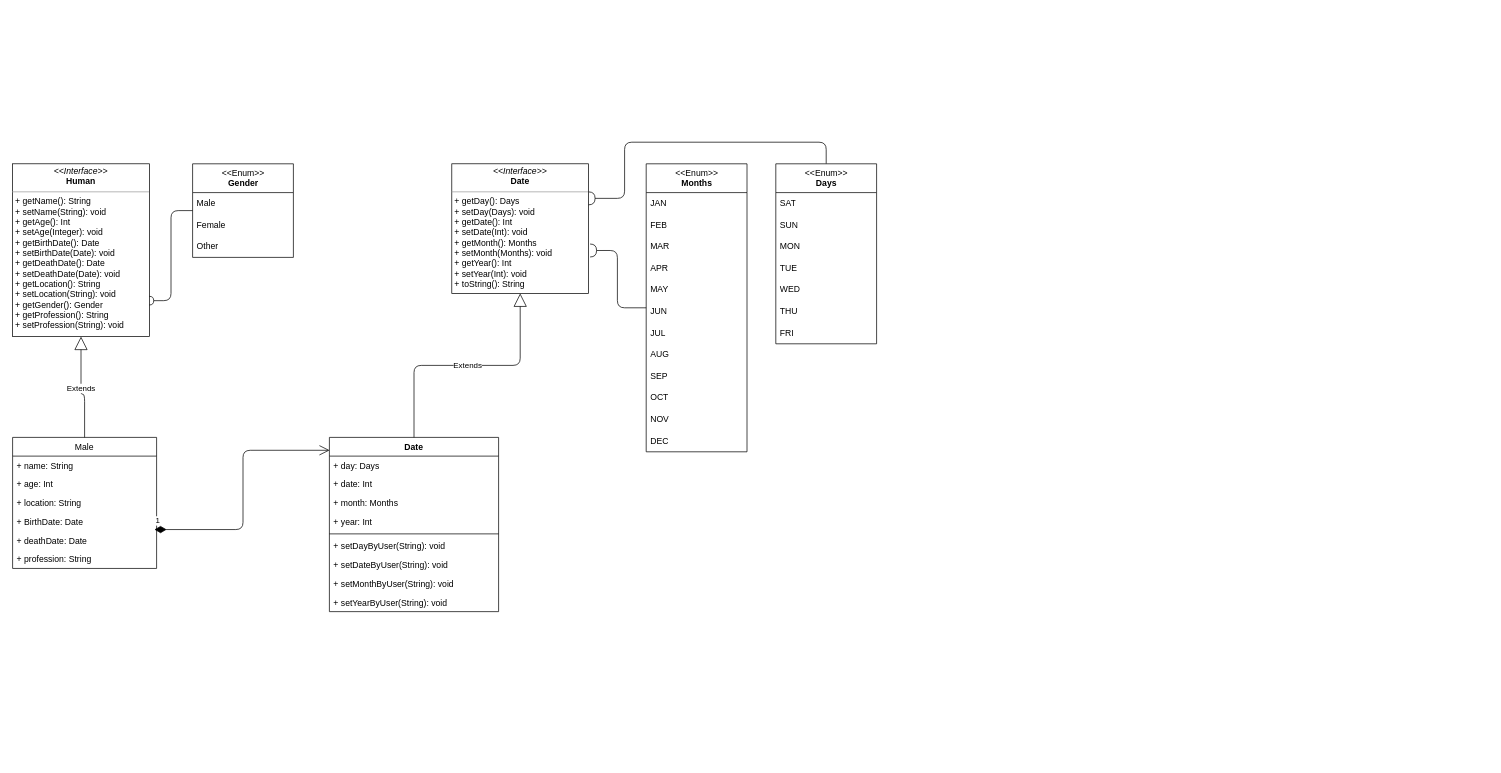
Earlier version of the draw.io diagram UML_Diagram/HR (Human Resource System).drawio (fahimfaisaal/HR-Management_System). Source tidied: cells renumbered, new cells numbered last; positions are measured from the earlier drawing's top-left corner, leaving out a move shared by most shapes. Both pictures are drawn from the tidied source at 72%, with x=0, y=0 at pixel (12, 142).
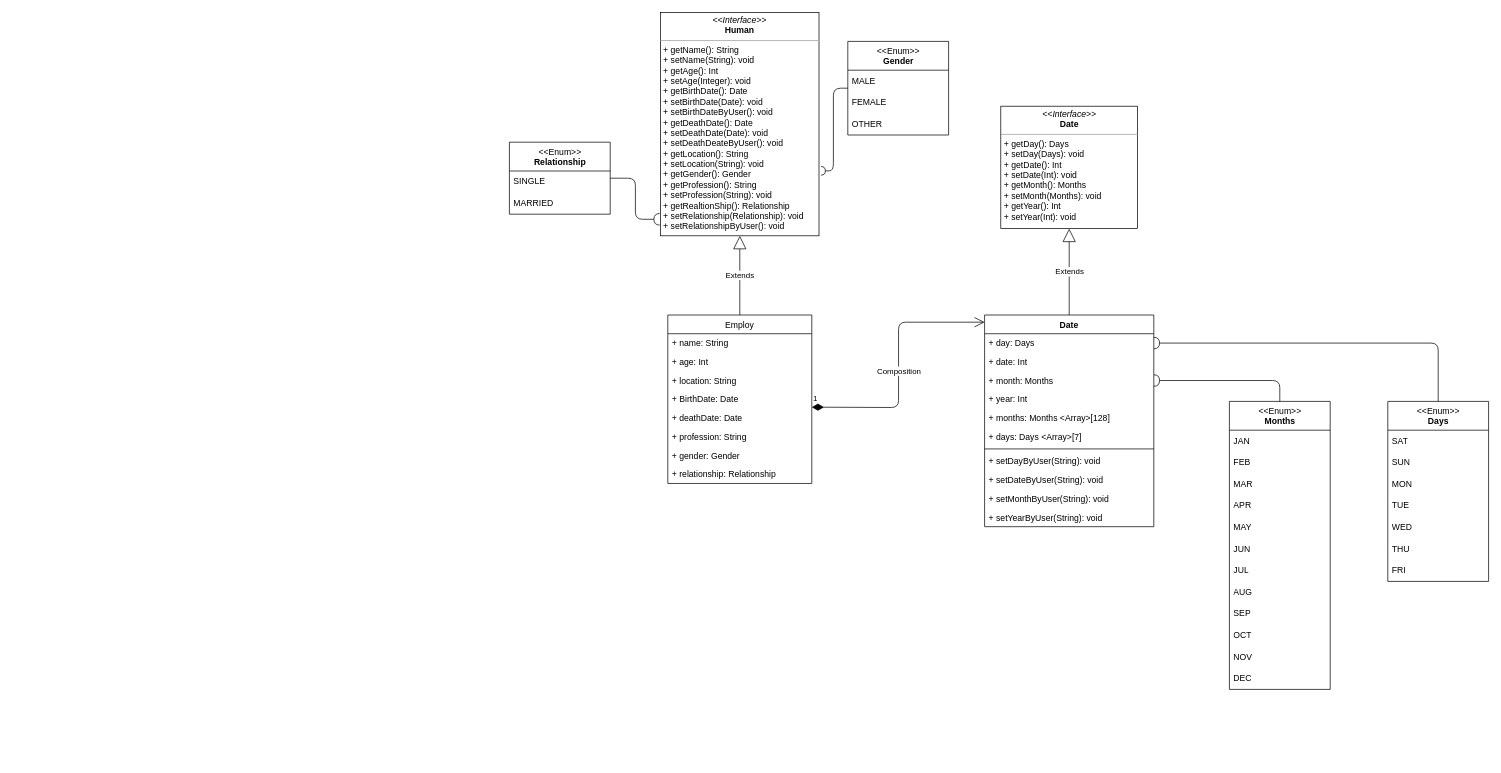
After the change.

Commit message (it also covers changes not shown here):
delete human class and add the employ class

Unchanged cells that the change refers to:
```xml
<mxCell id="37" value="+ deathDate: Date" style="text;strokeColor=none;fillColor=none;align=left;verticalAlign=top;spacingLeft=4;spacingRight=4;overflow=hidden;points=[[0,0.5],[1,0.5]];portConstraint=eastwest;" parent="32" vertex="1">
  <mxGeometry y="130" width="200" height="26" as="geometry" />
</mxCell>
<mxCell id="41" value="+ day: Days" style="text;strokeColor=none;fillColor=none;align=left;verticalAlign=top;spacingLeft=4;spacingRight=4;overflow=hidden;points=[[0,0.5],[1,0.5]];portConstraint=eastwest;" parent="40" vertex="1">
  <mxGeometry y="26" width="235" height="26" as="geometry" />
</mxCell>
<mxCell id="43" value="+ month: Months" style="text;strokeColor=none;fillColor=none;align=left;verticalAlign=top;spacingLeft=4;spacingRight=4;overflow=hidden;points=[[0,0.5],[1,0.5]];portConstraint=eastwest;" parent="40" vertex="1">
  <mxGeometry y="78" width="235" height="26" as="geometry" />
</mxCell>
```

The edit, as a diff of the source:
```diff
@@
+    <mxCell id="52" style="group;" parent="1" vertex="1">
+      <mxGeometry x="690" y="-180" width="1360" height="1038" as="geometry" />
+    </mxCell>
-    <mxCell id="2" value="&lt;p style=&quot;margin: 0px ; margin-top: 4px ; text-align: center&quot;&gt;&lt;i&gt;&amp;lt;&amp;lt;Interface&amp;gt;&amp;gt;&lt;/i&gt;&lt;br&gt;&lt;b&gt;Human&lt;/b&gt;&lt;/p&gt;&lt;hr size=&quot;1&quot;&gt;&lt;p style=&quot;margin: 0px ; margin-left: 4px&quot;&gt;&lt;/p&gt;&lt;p style=&quot;margin: 0px ; margin-left: 4px&quot;&gt;+ getName(): String&lt;/p&gt;&lt;p style=&quot;margin: 0px ; margin-left: 4px&quot;&gt;+ setName(String): void&lt;/p&gt;&lt;p style=&quot;margin: 0px 0px 0px 4px&quot;&gt;+ getAge(): Int&lt;/p&gt;&lt;p style=&quot;margin: 0px 0px 0px 4px&quot;&gt;+ setAge(Integer): void&lt;/p&gt;&lt;p style=&quot;margin: 0px 0px 0px 4px&quot;&gt;+ getBirthDate(): Date&lt;/p&gt;&lt;p style=&quot;margin: 0px 0px 0px 4px&quot;&gt;+ setBirthDate(Date): void&lt;/p&gt;&lt;p style=&quot;margin: 0px 0px 0px 4px&quot;&gt;+ getDeathDate(): Date&lt;/p&gt;&lt;p style=&quot;margin: 0px 0px 0px 4px&quot;&gt;+ setDeathDate(Date): void&lt;/p&gt;&lt;p style=&quot;margin: 0px ; margin-left: 4px&quot;&gt;+ getLocation(): String&lt;br&gt;+ setLocation(String): void&lt;/p&gt;&lt;p style=&quot;margin: 0px ; margin-left: 4px&quot;&gt;+ getGender(): Gender&lt;/p&gt;&lt;p style=&quot;margin: 0px ; margin-left: 4px&quot;&gt;+ getProfession(): String&lt;/p&gt;&lt;p style=&quot;margin: 0px ; margin-left: 4px&quot;&gt;+ setProfession(String): void&lt;/p&gt;" style="verticalAlign=top;align=left;overflow=fill;fontSize=12;fontFamily=Helvetica;html=1;fillColor=none;" parent="1" vertex="1">
-      <mxGeometry y="30" width="190" height="240" as="geometry" />
+    <mxCell id="2" value="&lt;p style=&quot;margin: 0px ; margin-top: 4px ; text-align: center&quot;&gt;&lt;i&gt;&amp;lt;&amp;lt;Interface&amp;gt;&amp;gt;&lt;/i&gt;&lt;br&gt;&lt;b&gt;Human&lt;/b&gt;&lt;/p&gt;&lt;hr size=&quot;1&quot;&gt;&lt;p style=&quot;margin: 0px ; margin-left: 4px&quot;&gt;&lt;/p&gt;&lt;p style=&quot;margin: 0px ; margin-left: 4px&quot;&gt;+ getName(): String&lt;/p&gt;&lt;p style=&quot;margin: 0px ; margin-left: 4px&quot;&gt;+ setName(String): void&lt;/p&gt;&lt;p style=&quot;margin: 0px 0px 0px 4px&quot;&gt;+ getAge(): Int&lt;/p&gt;&lt;p style=&quot;margin: 0px 0px 0px 4px&quot;&gt;+ setAge(Integer): void&lt;/p&gt;&lt;p style=&quot;margin: 0px 0px 0px 4px&quot;&gt;+ getBirthDate(): Date&lt;/p&gt;&lt;p style=&quot;margin: 0px 0px 0px 4px&quot;&gt;+ setBirthDate(Date): void&lt;/p&gt;&lt;p style=&quot;margin: 0px 0px 0px 4px&quot;&gt;+ setBirthDateByUser(): void&lt;/p&gt;&lt;p style=&quot;margin: 0px 0px 0px 4px&quot;&gt;+ getDeathDate(): Date&lt;/p&gt;&lt;p style=&quot;margin: 0px 0px 0px 4px&quot;&gt;+ setDeathDate(Date): void&lt;/p&gt;&lt;p style=&quot;margin: 0px 0px 0px 4px&quot;&gt;+ setDeathDeateByUser(): void&lt;/p&gt;&lt;p style=&quot;margin: 0px ; margin-left: 4px&quot;&gt;+ getLocation(): String&lt;br&gt;+ setLocation(String): void&lt;/p&gt;&lt;p style=&quot;margin: 0px ; margin-left: 4px&quot;&gt;+ getGender(): Gender&lt;/p&gt;&lt;p style=&quot;margin: 0px ; margin-left: 4px&quot;&gt;+ getProfession(): String&lt;/p&gt;&lt;p style=&quot;margin: 0px ; margin-left: 4px&quot;&gt;+ setProfession(String): void&lt;/p&gt;&lt;p style=&quot;margin: 0px ; margin-left: 4px&quot;&gt;+ getRealtionShip(): Relationship&lt;/p&gt;&lt;p style=&quot;margin: 0px ; margin-left: 4px&quot;&gt;+ setRelationship(Relationship): void&lt;/p&gt;&lt;p style=&quot;margin: 0px ; margin-left: 4px&quot;&gt;+ setRelationshipByUser(): void&lt;/p&gt;" style="verticalAlign=top;align=left;overflow=fill;fontSize=12;fontFamily=Helvetica;html=1;fillColor=none;" parent="52" vertex="1">
+      <mxGeometry x="210" width="220" height="310" as="geometry" />
     </mxCell>
-    <mxCell id="3" style="edgeStyle=orthogonalEdgeStyle;rounded=1;jumpSize=2;jettySize=auto;html=1;entryX=1;entryY=0.792;entryDx=0;entryDy=0;entryPerimeter=0;endArrow=halfCircle;endFill=0;endSize=4;" parent="1" edge="1" source="4" target="2">
+    <mxCell id="3" style="edgeStyle=orthogonalEdgeStyle;rounded=1;jumpSize=2;jettySize=auto;html=1;entryX=1.013;entryY=0.709;entryDx=0;entryDy=0;entryPerimeter=0;endArrow=halfCircle;endFill=0;endSize=4;" parent="52" edge="1" source="4" target="2">
       <mxGeometry relative="1" as="geometry" />
     </mxCell>
-    <mxCell id="4" value="&amp;lt;&amp;lt;Enum&amp;gt;&amp;gt;&lt;br&gt;&lt;b&gt;Gender&lt;/b&gt;" style="swimlane;fontStyle=0;align=center;verticalAlign=top;horizontal=1;startSize=40;html=1;" parent="1" vertex="1">
-      <mxGeometry x="250" y="30" width="140" height="130" as="geometry" />
+    <mxCell id="4" value="&amp;lt;&amp;lt;Enum&amp;gt;&amp;gt;&lt;br&gt;&lt;b&gt;Gender&lt;/b&gt;" style="swimlane;fontStyle=0;align=center;verticalAlign=top;horizontal=1;startSize=40;html=1;" parent="52" vertex="1">
+      <mxGeometry x="470" y="40" width="140" height="130" as="geometry" />
     </mxCell>
-    <mxCell id="5" value="Male" style="text;html=1;strokeColor=none;fillColor=none;align=left;verticalAlign=middle;spacingLeft=4;spacingRight=4;overflow=hidden;" parent="4" vertex="1">
+    <mxCell id="5" value="MALE" style="text;html=1;strokeColor=none;fillColor=none;align=left;verticalAlign=middle;spacingLeft=4;spacingRight=4;overflow=hidden;" parent="4" vertex="1">
       <mxGeometry y="40" width="140" height="30" as="geometry" />
     </mxCell>
-    <mxCell id="6" value="Female" style="text;html=1;strokeColor=none;fillColor=none;align=left;verticalAlign=middle;spacingLeft=4;spacingRight=4;overflow=hidden;" parent="4" vertex="1">
+    <mxCell id="6" value="FEMALE" style="text;html=1;strokeColor=none;fillColor=none;align=left;verticalAlign=middle;spacingLeft=4;spacingRight=4;overflow=hidden;" parent="4" vertex="1">
       <mxGeometry y="70" width="140" height="30" as="geometry" />
     </mxCell>
-    <mxCell id="7" value="Other" style="text;html=1;strokeColor=none;fillColor=none;align=left;verticalAlign=middle;spacingLeft=4;spacingRight=4;overflow=hidden;" parent="4" vertex="1">
+    <mxCell id="7" value="OTHER" style="text;html=1;strokeColor=none;fillColor=none;align=left;verticalAlign=middle;spacingLeft=4;spacingRight=4;overflow=hidden;" parent="4" vertex="1">
       <mxGeometry y="100" width="140" height="30" as="geometry" />
     </mxCell>
-    <mxCell id="8" value="&lt;p style=&quot;margin: 0px ; margin-top: 4px ; text-align: center&quot;&gt;&lt;i&gt;&amp;lt;&amp;lt;Interface&amp;gt;&amp;gt;&lt;/i&gt;&lt;br&gt;&lt;b&gt;Date&lt;/b&gt;&lt;/p&gt;&lt;hr size=&quot;1&quot;&gt;&lt;p style=&quot;margin: 0px ; margin-left: 4px&quot;&gt;+ getDay(): Days&lt;/p&gt;&lt;p style=&quot;margin: 0px ; margin-left: 4px&quot;&gt;+ setDay(Days): void&lt;/p&gt;&lt;p style=&quot;margin: 0px ; margin-left: 4px&quot;&gt;+ getDate(): Int&lt;/p&gt;&lt;p style=&quot;margin: 0px ; margin-left: 4px&quot;&gt;+ setDate(Int): void&lt;/p&gt;&lt;p style=&quot;margin: 0px ; margin-left: 4px&quot;&gt;+ getMonth(): Months&lt;/p&gt;&lt;p style=&quot;margin: 0px ; margin-left: 4px&quot;&gt;+ setMonth(Months): void&lt;/p&gt;&lt;p style=&quot;margin: 0px ; margin-left: 4px&quot;&gt;+ getYear(): Int&lt;/p&gt;&lt;p style=&quot;margin: 0px ; margin-left: 4px&quot;&gt;+ setYear(Int): void&lt;/p&gt;&lt;p style=&quot;margin: 0px ; margin-left: 4px&quot;&gt;+ toString(): String&lt;/p&gt;" style="verticalAlign=top;align=left;overflow=fill;fontSize=12;fontFamily=Helvetica;html=1;fillColor=none;" parent="1" vertex="1">
-      <mxGeometry x="610" y="30" width="190" height="180" as="geometry" />
+    <mxCell id="8" value="&lt;p style=&quot;margin: 0px ; margin-top: 4px ; text-align: center&quot;&gt;&lt;i&gt;&amp;lt;&amp;lt;Interface&amp;gt;&amp;gt;&lt;/i&gt;&lt;br&gt;&lt;b&gt;Date&lt;/b&gt;&lt;/p&gt;&lt;hr size=&quot;1&quot;&gt;&lt;p style=&quot;margin: 0px ; margin-left: 4px&quot;&gt;+ getDay(): Days&lt;/p&gt;&lt;p style=&quot;margin: 0px ; margin-left: 4px&quot;&gt;+ setDay(Days): void&lt;/p&gt;&lt;p style=&quot;margin: 0px ; margin-left: 4px&quot;&gt;+ getDate(): Int&lt;/p&gt;&lt;p style=&quot;margin: 0px ; margin-left: 4px&quot;&gt;+ setDate(Int): void&lt;/p&gt;&lt;p style=&quot;margin: 0px ; margin-left: 4px&quot;&gt;+ getMonth(): Months&lt;/p&gt;&lt;p style=&quot;margin: 0px ; margin-left: 4px&quot;&gt;+ setMonth(Months): void&lt;/p&gt;&lt;p style=&quot;margin: 0px ; margin-left: 4px&quot;&gt;+ getYear(): Int&lt;/p&gt;&lt;p style=&quot;margin: 0px ; margin-left: 4px&quot;&gt;+ setYear(Int): void&lt;/p&gt;" style="verticalAlign=top;align=left;overflow=fill;fontSize=12;fontFamily=Helvetica;html=1;fillColor=none;" parent="52" vertex="1">
+      <mxGeometry x="682.5" y="130" width="190" height="170" as="geometry" />
     </mxCell>
-    <mxCell id="9" style="edgeStyle=orthogonalEdgeStyle;rounded=1;jumpSize=2;jettySize=auto;html=1;endArrow=halfCircle;endFill=0;endSize=7;entryX=1.011;entryY=0.669;entryDx=0;entryDy=0;entryPerimeter=0;" parent="1" edge="1" source="10" target="8">
-      <mxGeometry relative="1" as="geometry" />
-    </mxCell>
-    <mxCell id="10" value="&amp;lt;&amp;lt;Enum&amp;gt;&amp;gt;&lt;br&gt;&lt;b&gt;Months&lt;/b&gt;" style="swimlane;fontStyle=0;align=center;verticalAlign=top;horizontal=1;startSize=40;html=1;" parent="1" vertex="1">
-      <mxGeometry x="880" y="30" width="140" height="400" as="geometry" />
+    <mxCell id="10" value="&amp;lt;&amp;lt;Enum&amp;gt;&amp;gt;&lt;br&gt;&lt;b&gt;Months&lt;/b&gt;" style="swimlane;fontStyle=0;align=center;verticalAlign=top;horizontal=1;startSize=40;html=1;" parent="52" vertex="1">
+      <mxGeometry x="1000" y="540" width="140" height="400" as="geometry" />
     </mxCell>
@@
-    <mxCell id="23" style="edgeStyle=orthogonalEdgeStyle;rounded=1;jumpSize=2;jettySize=auto;html=1;endArrow=halfCircle;endFill=0;endSize=7;" parent="1" edge="1" source="24" target="8">
-      <mxGeometry relative="1" as="geometry">
-        <Array as="points">
-          <mxPoint x="1130" />
-          <mxPoint x="850" />
-          <mxPoint x="850" y="78" />
-        </Array>
-      </mxGeometry>
-    </mxCell>
-    <mxCell id="24" value="&amp;lt;&amp;lt;Enum&amp;gt;&amp;gt;&lt;br&gt;&lt;b&gt;Days&lt;/b&gt;" style="swimlane;fontStyle=0;align=center;verticalAlign=top;horizontal=1;startSize=40;html=1;" parent="1" vertex="1">
-      <mxGeometry x="1060" y="30" width="140" height="250" as="geometry" />
+    <mxCell id="24" value="&amp;lt;&amp;lt;Enum&amp;gt;&amp;gt;&lt;br&gt;&lt;b&gt;Days&lt;/b&gt;" style="swimlane;fontStyle=0;align=center;verticalAlign=top;horizontal=1;startSize=40;html=1;" parent="52" vertex="1">
+      <mxGeometry x="1220" y="540" width="140" height="250" as="geometry" />
     </mxCell>
@@
-    <mxCell id="32" value="Male" style="swimlane;fontStyle=0;horizontal=1;startSize=26;fillColor=none;" parent="1" vertex="1">
-      <mxGeometry y="410" width="200" height="182" as="geometry" />
+    <mxCell id="32" value="Employ" style="swimlane;fontStyle=0;horizontal=1;startSize=26;fillColor=none;" parent="52" vertex="1">
+      <mxGeometry x="220" y="420" width="200" height="234" as="geometry" />
     </mxCell>
+    <mxCell id="39" value="Extends" style="endArrow=block;endSize=16;endFill=0;html=1;entryX=0.5;entryY=1;entryDx=0;entryDy=0;" parent="32" edge="1" target="2">
+      <mxGeometry relative="1" as="geometry">
+        <mxPoint x="100" as="sourcePoint" />
+      </mxGeometry>
+    </mxCell>
@@
-    <mxCell id="39" value="Extends" style="endArrow=block;endSize=16;endFill=0;html=1;edgeStyle=orthogonalEdgeStyle;entryX=0.5;entryY=1;entryDx=0;entryDy=0;exitX=0.5;exitY=0;exitDx=0;exitDy=0;" parent="1" edge="1" source="32" target="2">
-      <mxGeometry relative="1" as="geometry">
-        <Array as="points">
-          <mxPoint x="100" y="350" />
-          <mxPoint x="95" y="350" />
-        </Array>
-      </mxGeometry>
-    </mxCell>
+    <mxCell id="53" value="+ gender: Gender" style="text;strokeColor=none;fillColor=none;align=left;verticalAlign=top;spacingLeft=4;spacingRight=4;overflow=hidden;" parent="32" vertex="1">
+      <mxGeometry y="182" width="200" height="26" as="geometry" />
+    </mxCell>
+    <mxCell id="54" value="+ relationship: Relationship" style="text;strokeColor=none;fillColor=none;align=left;verticalAlign=top;spacingLeft=4;spacingRight=4;overflow=hidden;" parent="32" vertex="1">
+      <mxGeometry y="208" width="200" height="26" as="geometry" />
+    </mxCell>
-    <mxCell id="40" value="Date" style="swimlane;fontStyle=1;align=center;verticalAlign=top;horizontal=1;startSize=26;" parent="1" vertex="1">
-      <mxGeometry x="440" y="410" width="235" height="242" as="geometry" />
+    <mxCell id="40" value="Date" style="swimlane;fontStyle=1;align=center;verticalAlign=top;horizontal=1;startSize=26;" parent="52" vertex="1">
+      <mxGeometry x="660" y="420" width="235" height="294" as="geometry" />
     </mxCell>
@@
+    <mxCell id="55" value="+ months: Months &lt;Array&gt;[128]" style="text;strokeColor=none;fillColor=none;align=left;verticalAlign=top;spacingLeft=4;spacingRight=4;overflow=hidden;" parent="40" vertex="1">
+      <mxGeometry y="130" width="235" height="26" as="geometry" />
+    </mxCell>
+    <mxCell id="56" value="+ days: Days &lt;Array&gt;[7]" style="text;strokeColor=none;fillColor=none;align=left;verticalAlign=top;spacingLeft=4;spacingRight=4;overflow=hidden;" parent="40" vertex="1">
+      <mxGeometry y="156" width="235" height="26" as="geometry" />
+    </mxCell>
     <mxCell id="45" style="line;strokeWidth=1;fillColor=none;align=left;verticalAlign=middle;spacingTop=-1;spacingLeft=3;spacingRight=3;labelPosition=right;" parent="40" vertex="1">
-      <mxGeometry y="130" width="235" height="8" as="geometry" />
+      <mxGeometry y="182" width="235" height="8" as="geometry" />
     </mxCell>
     <mxCell id="46" value="+ setDayByUser(String): void" style="text;strokeColor=none;fillColor=none;align=left;verticalAlign=top;spacingLeft=4;spacingRight=4;overflow=hidden;" parent="40" vertex="1">
-      <mxGeometry y="138" width="235" height="26" as="geometry" />
+      <mxGeometry y="190" width="235" height="26" as="geometry" />
     </mxCell>
     <mxCell id="47" value="+ setDateByUser(String): void" style="text;strokeColor=none;fillColor=none;align=left;verticalAlign=top;spacingLeft=4;spacingRight=4;overflow=hidden;" parent="40" vertex="1">
-      <mxGeometry y="164" width="235" height="26" as="geometry" />
+      <mxGeometry y="216" width="235" height="26" as="geometry" />
     </mxCell>
     <mxCell id="48" value="+ setMonthByUser(String): void" style="text;strokeColor=none;fillColor=none;align=left;verticalAlign=top;spacingLeft=4;spacingRight=4;overflow=hidden;" parent="40" vertex="1">
-      <mxGeometry y="190" width="235" height="26" as="geometry" />
+      <mxGeometry y="242" width="235" height="26" as="geometry" />
     </mxCell>
     <mxCell id="49" value="+ setYearByUser(String): void" style="text;strokeColor=none;fillColor=none;align=left;verticalAlign=top;spacingLeft=4;spacingRight=4;overflow=hidden;" parent="40" vertex="1">
-      <mxGeometry y="216" width="235" height="26" as="geometry" />
+      <mxGeometry y="268" width="235" height="26" as="geometry" />
     </mxCell>
+    <mxCell id="57" style="edgeStyle=orthogonalEdgeStyle;rounded=1;jettySize=auto;html=1;entryX=1;entryY=0.5;entryDx=0;entryDy=0;endArrow=halfCircle;endFill=0;" parent="52" edge="1" source="24" target="41">
+      <mxGeometry relative="1" as="geometry">
+        <Array as="points">
+          <mxPoint x="1290" y="459" />
+        </Array>
+      </mxGeometry>
+    </mxCell>
+    <mxCell id="58" style="edgeStyle=orthogonalEdgeStyle;rounded=1;jettySize=auto;html=1;entryX=1;entryY=0.5;entryDx=0;entryDy=0;endArrow=halfCircle;endFill=0;" parent="52" edge="1" source="10" target="43">
+      <mxGeometry relative="1" as="geometry" />
+    </mxCell>
-    <mxCell id="50" value="Extends" style="endArrow=block;endSize=16;endFill=0;html=1;entryX=0.5;entryY=1;entryDx=0;entryDy=0;edgeStyle=orthogonalEdgeStyle;exitX=0.5;exitY=0;exitDx=0;exitDy=0;" parent="1" edge="1" source="40" target="8">
+    <mxCell id="50" value="Extends" style="endArrow=block;endSize=16;endFill=0;html=1;entryX=0.5;entryY=1;entryDx=0;entryDy=0;edgeStyle=orthogonalEdgeStyle;exitX=0.5;exitY=0;exitDx=0;exitDy=0;" parent="52" edge="1" source="40" target="8">
       <mxGeometry relative="1" as="geometry" />
     </mxCell>
-    <mxCell id="51" value="1" style="endArrow=open;html=1;endSize=12;startArrow=diamondThin;startSize=14;startFill=1;edgeStyle=orthogonalEdgeStyle;align=left;verticalAlign=bottom;entryX=0.001;entryY=0.074;entryDx=0;entryDy=0;entryPerimeter=0;exitX=0.985;exitY=-0.077;exitDx=0;exitDy=0;exitPerimeter=0;" parent="1" edge="1" source="37" target="40">
-      <mxGeometry x="-1" y="3" relative="1" as="geometry" />
+    <mxCell id="51" value="1" style="endArrow=open;html=1;endSize=12;startArrow=diamondThin;startSize=14;startFill=1;edgeStyle=orthogonalEdgeStyle;align=left;verticalAlign=bottom;entryX=0;entryY=0.034;entryDx=0;entryDy=0;entryPerimeter=0;" parent="52" edge="1" target="40">
+      <mxGeometry x="-1" y="3" relative="1" as="geometry">
+        <mxPoint x="420" y="548" as="sourcePoint" />
+      </mxGeometry>
     </mxCell>
+    <mxCell id="59" value="Composition" style="edgeLabel;html=1;align=center;verticalAlign=middle;" parent="51" vertex="1">
+      <mxGeometry x="-0.15" y="-3" relative="1" as="geometry">
+        <mxPoint x="-3" y="-19.3" as="offset" />
+      </mxGeometry>
+    </mxCell>
+    <mxCell id="60" style="edgeStyle=orthogonalEdgeStyle;rounded=1;jettySize=auto;html=1;entryX=-0.006;entryY=0.926;entryDx=0;entryDy=0;entryPerimeter=0;endArrow=halfCircle;endFill=0;" parent="52" edge="1" source="61" target="2">
+      <mxGeometry relative="1" as="geometry" />
+    </mxCell>
+    <mxCell id="61" value="&amp;lt;&amp;lt;Enum&amp;gt;&amp;gt;&lt;br&gt;&lt;b&gt;Relationship&lt;/b&gt;" style="swimlane;fontStyle=0;align=center;verticalAlign=top;horizontal=1;startSize=40;html=1;" parent="52" vertex="1">
+      <mxGeometry y="180" width="140" height="100" as="geometry" />
+    </mxCell>
+    <mxCell id="62" value="SINGLE" style="text;html=1;strokeColor=none;fillColor=none;align=left;verticalAlign=middle;spacingLeft=4;spacingRight=4;overflow=hidden;" parent="61" vertex="1">
+      <mxGeometry y="40" width="140" height="30" as="geometry" />
+    </mxCell>
+    <mxCell id="63" value="MARRIED" style="text;html=1;strokeColor=none;fillColor=none;align=left;verticalAlign=middle;spacingLeft=4;spacingRight=4;overflow=hidden;" parent="61" vertex="1">
+      <mxGeometry y="70" width="140" height="30" as="geometry" />
+    </mxCell>
```
